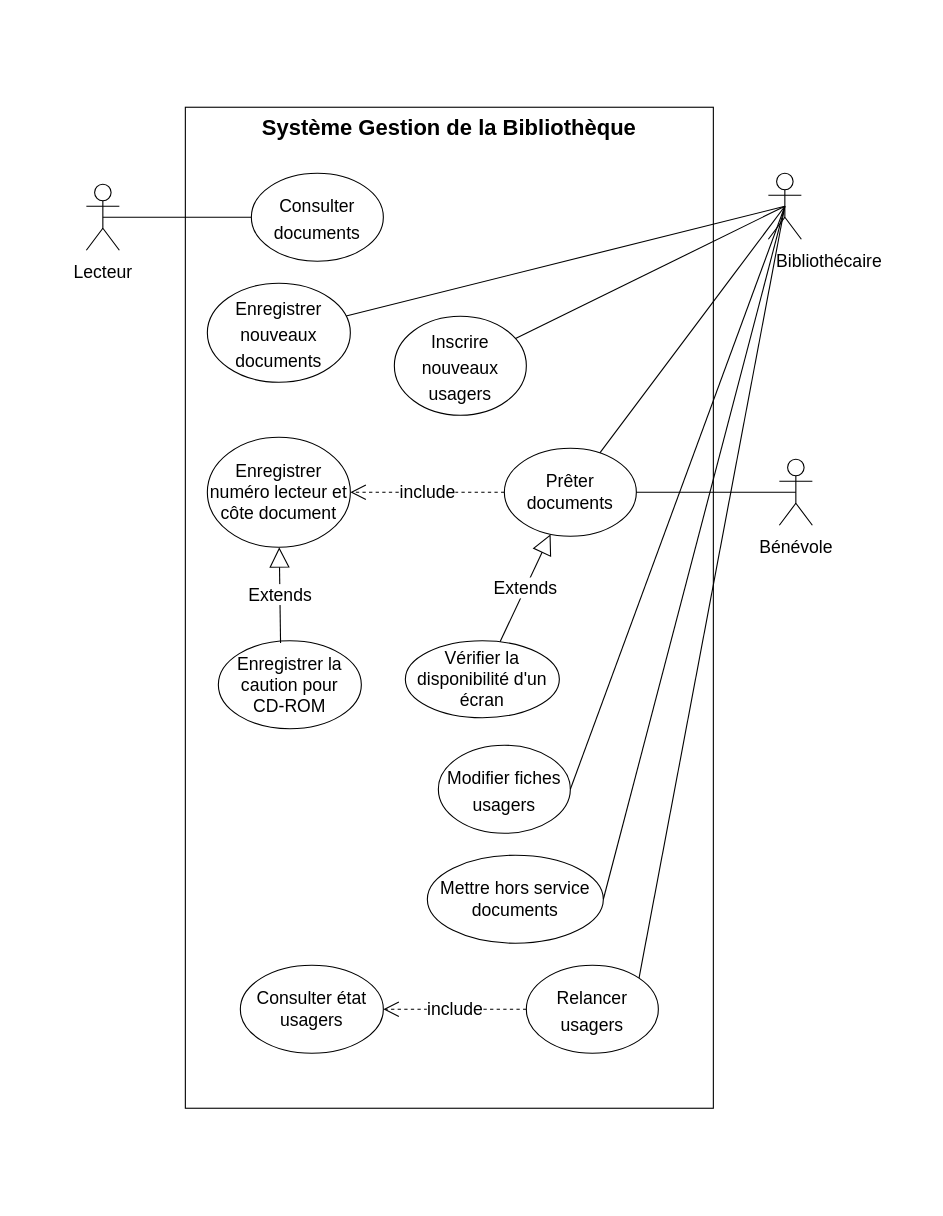
This is Développer des composants d'interface/Maquetter une application/UML partie 1/Phase 2 - Diagramme cas d'utilisation/Gestion Bibliothèque_Diagramme cas d'utilisation.drawio from Nijat-Majidli/CDA_21188, a draw.io file, before an edit. Source tidied: cells renumbered, new cells numbered last; positions are measured from the earlier drawing's top-left corner, leaving out a move shared by most shapes. Both pictures are drawn from the tidied source at 110%, with x=0, y=0 at pixel (86, 107).
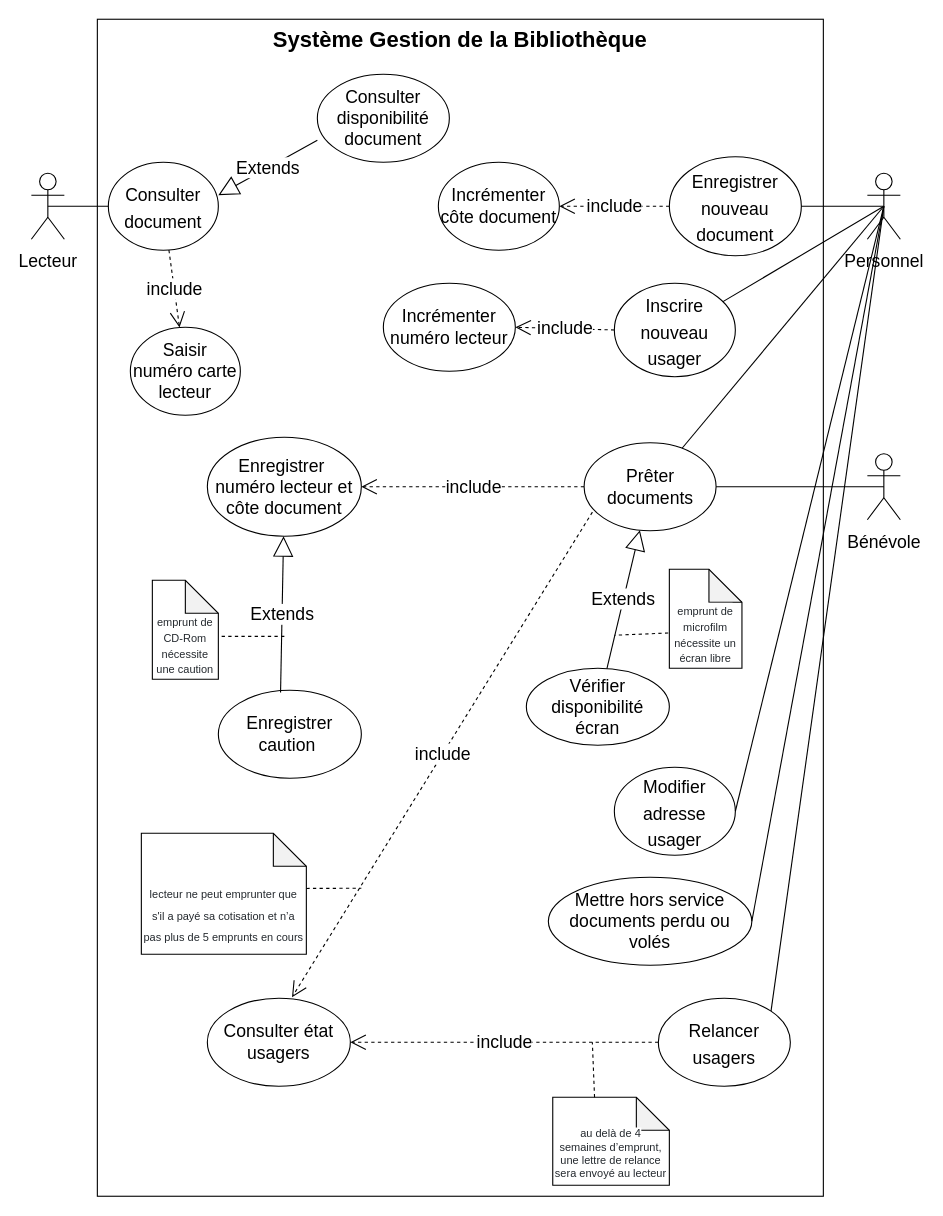
The same page after the edit.

Change to the diagram source:
```diff
@@
     <mxCell id="2" value="Système Gestion de la Bibliothèque" style="whiteSpace=wrap;html=1;verticalAlign=top;fontStyle=1;fontSize=20;" parent="1" vertex="1">
-      <mxGeometry x="90" width="480" height="910" as="geometry" />
+      <mxGeometry x="10" y="-80" width="660" height="1070" as="geometry" />
     </mxCell>
     <mxCell id="3" value="&lt;font style=&quot;font-size: 16px&quot;&gt;Lecteur&lt;/font&gt;" style="shape=umlActor;verticalLabelPosition=bottom;verticalAlign=top;html=1;outlineConnect=0;fontSize=20;" parent="1" vertex="1">
-      <mxGeometry y="70" width="30" height="60" as="geometry" />
+      <mxGeometry x="-50" y="60" width="30" height="60" as="geometry" />
     </mxCell>
-    <mxCell id="4" value="&lt;font style=&quot;font-size: 16px&quot;&gt;&amp;nbsp; &amp;nbsp; &amp;nbsp; &amp;nbsp; &amp;nbsp; &amp;nbsp; &amp;nbsp; &amp;nbsp; &amp;nbsp; Bibliothécaire&lt;/font&gt;" style="shape=umlActor;verticalLabelPosition=bottom;verticalAlign=top;html=1;outlineConnect=0;fontSize=20;" parent="1" vertex="1">
-      <mxGeometry x="620" y="60" width="30" height="60" as="geometry" />
+    <mxCell id="4" value="&lt;span style=&quot;font-size: 16px&quot;&gt;Personnel&lt;/span&gt;" style="shape=umlActor;verticalLabelPosition=bottom;verticalAlign=top;html=1;outlineConnect=0;fontSize=20;" parent="1" vertex="1">
+      <mxGeometry x="710" y="60" width="30" height="60" as="geometry" />
     </mxCell>
     <mxCell id="5" value="&lt;font style=&quot;font-size: 16px&quot;&gt;Bénévole&lt;/font&gt;" style="shape=umlActor;verticalLabelPosition=bottom;verticalAlign=top;html=1;outlineConnect=0;fontSize=20;" parent="1" vertex="1">
-      <mxGeometry x="630" y="320" width="30" height="60" as="geometry" />
+      <mxGeometry x="710" y="315" width="30" height="60" as="geometry" />
     </mxCell>
-    <mxCell id="6" value="&lt;font style=&quot;font-size: 16px&quot;&gt;Consulter documents&lt;/font&gt;" style="ellipse;whiteSpace=wrap;html=1;fontSize=20;" parent="1" vertex="1">
-      <mxGeometry x="150" y="60" width="120" height="80" as="geometry" />
+    <mxCell id="6" value="&lt;font style=&quot;font-size: 16px&quot;&gt;Consulter document&lt;/font&gt;" style="ellipse;whiteSpace=wrap;html=1;fontSize=20;" parent="1" vertex="1">
+      <mxGeometry x="20" y="50" width="100" height="80" as="geometry" />
     </mxCell>
-    <mxCell id="7" value="&lt;font style=&quot;font-size: 16px&quot;&gt;Enregistrer nouveaux documents&lt;/font&gt;" style="ellipse;whiteSpace=wrap;html=1;fontSize=20;" parent="1" vertex="1">
-      <mxGeometry x="110" y="160" width="130" height="90" as="geometry" />
+    <mxCell id="7" value="&lt;font style=&quot;font-size: 16px&quot;&gt;Enregistrer nouveau document&lt;/font&gt;" style="ellipse;whiteSpace=wrap;html=1;fontSize=20;" parent="1" vertex="1">
+      <mxGeometry x="530" y="45" width="120" height="90" as="geometry" />
     </mxCell>
-    <mxCell id="8" value="&lt;font style=&quot;font-size: 16px&quot;&gt;Inscrire nouveaux usagers&lt;/font&gt;" style="ellipse;whiteSpace=wrap;html=1;fontSize=20;" parent="1" vertex="1">
-      <mxGeometry x="280" y="190" width="120" height="90" as="geometry" />
+    <mxCell id="8" value="&lt;font style=&quot;font-size: 16px&quot;&gt;Inscrire &lt;br&gt;nouveau usager&lt;/font&gt;" style="ellipse;whiteSpace=wrap;html=1;fontSize=20;" parent="1" vertex="1">
+      <mxGeometry x="480" y="160" width="110" height="85" as="geometry" />
     </mxCell>
-    <mxCell id="9" value="&lt;font style=&quot;font-size: 16px&quot;&gt;Modifier fiches usagers&lt;/font&gt;" style="ellipse;whiteSpace=wrap;html=1;fontSize=20;" parent="1" vertex="1">
-      <mxGeometry x="320" y="580" width="120" height="80" as="geometry" />
+    <mxCell id="9" value="&lt;font style=&quot;font-size: 16px&quot;&gt;Modifier adresse usager&lt;/font&gt;" style="ellipse;whiteSpace=wrap;html=1;fontSize=20;" parent="1" vertex="1">
+      <mxGeometry x="480" y="600" width="110" height="80" as="geometry" />
     </mxCell>
     <mxCell id="10" value="&lt;font style=&quot;font-size: 16px&quot;&gt;Relancer usagers&lt;/font&gt;" style="ellipse;whiteSpace=wrap;html=1;fontSize=20;" parent="1" vertex="1">
-      <mxGeometry x="400" y="780" width="120" height="80" as="geometry" />
+      <mxGeometry x="520" y="810" width="120" height="80" as="geometry" />
     </mxCell>
@@
-    <mxCell id="13" style="endArrow=none;html=1;rounded=0;exitX=1;exitY=0.5;exitDx=0;exitDy=0;" parent="1" edge="1" source="9">
-      <mxGeometry relative="1" as="geometry">
-        <mxPoint x="635" y="90" as="targetPoint" />
-      </mxGeometry>
+    <mxCell id="13" style="endArrow=none;html=1;rounded=0;exitX=1;exitY=0.5;exitDx=0;exitDy=0;entryX=0.5;entryY=0.5;entryDx=0;entryDy=0;entryPerimeter=0;" parent="1" edge="1" source="9" target="4">
+      <mxGeometry relative="1" as="geometry" />
     </mxCell>
     <mxCell id="14" value="&lt;div&gt;&lt;font style=&quot;font-size: 16px&quot;&gt;Prêter documents&lt;/font&gt;&lt;/div&gt;" style="ellipse;whiteSpace=wrap;html=1;" parent="1" vertex="1">
-      <mxGeometry x="380" y="310" width="120" height="80" as="geometry" />
+      <mxGeometry x="452.5" y="305" width="120" height="80" as="geometry" />
     </mxCell>
@@
-    <mxCell id="16" value="Mettre hors service documents" style="ellipse;whiteSpace=wrap;html=1;fontSize=16;" parent="1" vertex="1">
-      <mxGeometry x="310" y="680" width="160" height="80" as="geometry" />
+    <mxCell id="16" value="Mettre hors service documents perdu ou volés" style="ellipse;whiteSpace=wrap;html=1;fontSize=16;" parent="1" vertex="1">
+      <mxGeometry x="420" y="700" width="185" height="80" as="geometry" />
     </mxCell>
@@
     <mxCell id="18" value="Consulter état usagers" style="ellipse;whiteSpace=wrap;html=1;fontSize=16;" parent="1" vertex="1">
-      <mxGeometry x="140" y="780" width="130" height="80" as="geometry" />
+      <mxGeometry x="110" y="810" width="130" height="80" as="geometry" />
     </mxCell>
@@
-    <mxCell id="24" value="Enregistrer numéro lecteur et côte document" style="ellipse;whiteSpace=wrap;html=1;fontSize=16;" parent="1" vertex="1">
-      <mxGeometry x="110" y="300" width="130" height="100" as="geometry" />
+    <mxCell id="24" value="Enregistrer&amp;nbsp; numéro lecteur et côte document" style="ellipse;whiteSpace=wrap;html=1;fontSize=16;" parent="1" vertex="1">
+      <mxGeometry x="110" y="300" width="140" height="90" as="geometry" />
     </mxCell>
-    <mxCell id="25" value="Enregistrer la caution pour&lt;br&gt;CD-ROM" style="ellipse;whiteSpace=wrap;html=1;fontSize=16;" parent="1" vertex="1">
-      <mxGeometry x="120" y="485" width="130" height="80" as="geometry" />
+    <mxCell id="25" value="Enregistrer caution&amp;nbsp;" style="ellipse;whiteSpace=wrap;html=1;fontSize=16;" parent="1" vertex="1">
+      <mxGeometry x="120" y="530" width="130" height="80" as="geometry" />
     </mxCell>
-    <mxCell id="26" value="Vérifier la disponibilité d'un écran" style="ellipse;whiteSpace=wrap;html=1;fontSize=16;" parent="1" vertex="1">
-      <mxGeometry x="290" y="485" width="140" height="70" as="geometry" />
+    <mxCell id="26" value="Vérifier disponibilité &lt;br&gt;écran" style="ellipse;whiteSpace=wrap;html=1;fontSize=16;" parent="1" vertex="1">
+      <mxGeometry x="400" y="510" width="130" height="70" as="geometry" />
     </mxCell>
@@
+    <mxCell id="29" value="&lt;font style=&quot;font-size: 10px&quot;&gt;&amp;nbsp;&lt;br&gt;&lt;span style=&quot;color: rgb(36 , 41 , 46) ; font-family: , &amp;#34;blinkmacsystemfont&amp;#34; , &amp;#34;segoe ui&amp;#34; , &amp;#34;helvetica&amp;#34; , &amp;#34;arial&amp;#34; , sans-serif , &amp;#34;apple color emoji&amp;#34; , &amp;#34;segoe ui emoji&amp;#34; ; text-align: left ; background-color: rgb(255 , 255 , 255)&quot;&gt;&lt;font style=&quot;font-size: 10px&quot;&gt;&lt;br&gt;emprunt de CD-Rom nécessite une caution&lt;/font&gt;&lt;/span&gt;&lt;/font&gt;" style="shape=note;whiteSpace=wrap;html=1;backgroundOutline=1;darkOpacity=0.05;" parent="1" vertex="1">
+      <mxGeometry x="60" y="430" width="60" height="90" as="geometry" />
+    </mxCell>
+    <mxCell id="30" style="endArrow=none;dashed=1;html=1;rounded=0;fontSize=12;entryX=1.017;entryY=0.567;entryDx=0;entryDy=0;entryPerimeter=0;" parent="1" edge="1" target="29">
+      <mxGeometry relative="1" as="geometry">
+        <mxPoint x="180" y="481" as="sourcePoint" />
+      </mxGeometry>
+    </mxCell>
+    <mxCell id="31" value="&lt;span style=&quot;color: rgb(36 , 41 , 46) ; font-family: , &amp;#34;blinkmacsystemfont&amp;#34; , &amp;#34;segoe ui&amp;#34; , &amp;#34;helvetica&amp;#34; , &amp;#34;arial&amp;#34; , sans-serif , &amp;#34;apple color emoji&amp;#34; , &amp;#34;segoe ui emoji&amp;#34; ; text-align: left ; background-color: rgb(255 , 255 , 255)&quot;&gt;&lt;font style=&quot;font-size: 10px&quot;&gt;&lt;br&gt;&lt;br&gt;emprunt de microfilm nécessite un écran libre&lt;/font&gt;&lt;/span&gt;" style="shape=note;whiteSpace=wrap;html=1;backgroundOutline=1;darkOpacity=0.05;fontSize=12;" parent="1" vertex="1">
+      <mxGeometry x="530" y="420" width="66" height="90" as="geometry" />
+    </mxCell>
+    <mxCell id="32" style="endArrow=none;dashed=1;html=1;rounded=0;fontSize=10;exitX=-0.015;exitY=0.644;exitDx=0;exitDy=0;exitPerimeter=0;" parent="1" edge="1" source="31">
+      <mxGeometry relative="1" as="geometry">
+        <mxPoint x="480" y="480" as="targetPoint" />
+      </mxGeometry>
+    </mxCell>
+    <mxCell id="33" value="&lt;font style=&quot;font-size: 16px&quot;&gt;Incrémenter côte document&lt;/font&gt;" style="ellipse;whiteSpace=wrap;html=1;fontSize=10;" parent="1" vertex="1">
+      <mxGeometry x="320" y="50" width="110" height="80" as="geometry" />
+    </mxCell>
+    <mxCell id="34" value="include" style="endArrow=open;endSize=12;dashed=1;html=1;rounded=0;fontSize=16;entryX=1;entryY=0.5;entryDx=0;entryDy=0;" parent="1" edge="1" source="7" target="33">
+      <mxGeometry relative="1" as="geometry" />
+    </mxCell>
+    <mxCell id="35" value="&lt;font style=&quot;font-size: 16px&quot;&gt;Incrémenter numéro lecteur&lt;/font&gt;" style="ellipse;whiteSpace=wrap;html=1;fontSize=10;" parent="1" vertex="1">
+      <mxGeometry x="270" y="160" width="120" height="80" as="geometry" />
+    </mxCell>
+    <mxCell id="36" value="include" style="endArrow=open;endSize=12;dashed=1;html=1;rounded=0;fontSize=16;exitX=0;exitY=0.5;exitDx=0;exitDy=0;entryX=1;entryY=0.5;entryDx=0;entryDy=0;" parent="1" edge="1" source="8" target="35">
+      <mxGeometry relative="1" as="geometry" />
+    </mxCell>
+    <mxCell id="37" value="include" style="endArrow=open;endSize=12;dashed=1;html=1;rounded=0;fontSize=16;entryX=0.592;entryY=-0.012;entryDx=0;entryDy=0;exitX=0.063;exitY=0.788;exitDx=0;exitDy=0;entryPerimeter=0;exitPerimeter=0;" parent="1" edge="1" source="14" target="18">
+      <mxGeometry relative="1" as="geometry" />
+    </mxCell>
+    <mxCell id="38" value="&lt;p&gt;&lt;span style=&quot;background-color: rgb(255 , 255 , 255) ; color: rgb(36 , 41 , 46) ; font-size: 10px ; text-align: left&quot;&gt;&lt;br&gt;&lt;/span&gt;&lt;/p&gt;&lt;p&gt;&lt;span style=&quot;background-color: rgb(255 , 255 , 255) ; color: rgb(36 , 41 , 46) ; font-size: 10px ; text-align: left&quot;&gt;lecteur ne peut emprunter que s'il a payé sa cotisation et n’a pas plus de 5 emprunts en cours&lt;/span&gt;&lt;br&gt;&lt;/p&gt;" style="shape=note;whiteSpace=wrap;html=1;backgroundOutline=1;darkOpacity=0.05;fontSize=16;" parent="1" vertex="1">
+      <mxGeometry x="50" y="660" width="150" height="110" as="geometry" />
+    </mxCell>
+    <mxCell id="39" style="endArrow=none;dashed=1;html=1;rounded=0;fontFamily=Helvetica;fontSize=10;exitX=1;exitY=0.456;exitDx=0;exitDy=0;exitPerimeter=0;" parent="1" edge="1" source="38">
+      <mxGeometry relative="1" as="geometry">
+        <mxPoint x="250" y="710" as="targetPoint" />
+      </mxGeometry>
+    </mxCell>
+    <mxCell id="40" value="&lt;p&gt;&lt;/p&gt;&lt;p&gt;&lt;span style=&quot;background-color: rgb(255 , 255 , 255) ; color: rgb(36 , 41 , 46)&quot;&gt;&lt;br&gt;&lt;/span&gt;&lt;/p&gt;&lt;p&gt;&lt;span style=&quot;background-color: rgb(255 , 255 , 255) ; color: rgb(36 , 41 , 46)&quot;&gt;au delà de 4 semaines&amp;nbsp;&lt;/span&gt;&lt;span style=&quot;background-color: rgb(255 , 255 , 255) ; color: rgb(36 , 41 , 46)&quot;&gt;d’emprunt, une lettre de relance sera envoyé au lecteur&lt;/span&gt;&lt;/p&gt;&lt;p&gt;&lt;/p&gt;" style="shape=note;whiteSpace=wrap;html=1;backgroundOutline=1;darkOpacity=0.05;fontFamily=Helvetica;fontSize=10;" parent="1" vertex="1">
+      <mxGeometry x="424" y="900" width="106" height="80" as="geometry" />
+    </mxCell>
+    <mxCell id="41" style="endArrow=none;dashed=1;html=1;rounded=0;fontFamily=Helvetica;fontSize=10;exitX=0;exitY=0;exitDx=38;exitDy=0;exitPerimeter=0;" parent="1" edge="1" source="40">
+      <mxGeometry relative="1" as="geometry">
+        <mxPoint x="460" y="850" as="targetPoint" />
+      </mxGeometry>
+    </mxCell>
+    <mxCell id="42" value="&lt;font style=&quot;font-size: 16px&quot;&gt;Saisir numéro carte lecteur&lt;/font&gt;" style="ellipse;whiteSpace=wrap;html=1;fontFamily=Helvetica;fontSize=10;" parent="1" vertex="1">
+      <mxGeometry x="40" y="200" width="100" height="80" as="geometry" />
+    </mxCell>
+    <mxCell id="43" value="include" style="endArrow=open;endSize=12;dashed=1;html=1;rounded=0;fontFamily=Helvetica;fontSize=16;" parent="1" edge="1" source="6" target="42">
+      <mxGeometry relative="1" as="geometry" />
+    </mxCell>
+    <mxCell id="44" value="Consulter disponibilité document" style="ellipse;whiteSpace=wrap;html=1;fontFamily=Helvetica;fontSize=16;" parent="1" vertex="1">
+      <mxGeometry x="210" y="-30" width="120" height="80" as="geometry" />
+    </mxCell>
+    <mxCell id="45" value="Extends" style="endArrow=block;endSize=16;endFill=0;html=1;rounded=0;fontFamily=Helvetica;fontSize=16;entryX=1;entryY=0.375;entryDx=0;entryDy=0;entryPerimeter=0;exitX=0;exitY=0.75;exitDx=0;exitDy=0;exitPerimeter=0;" parent="1" edge="1" source="44" target="6">
+      <mxGeometry relative="1" as="geometry" />
+    </mxCell>
```
